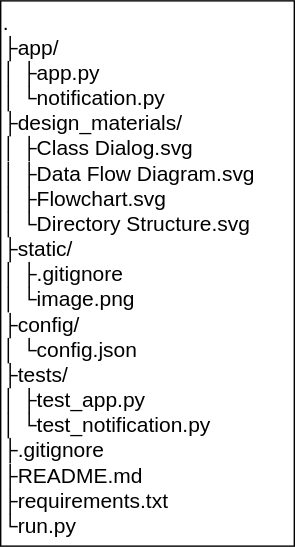
This is design_materials/Directory Structure.drawio.svg from yutah-kojima/image-processing, a draw.io export, as it was before one commit. Source tidied: cells renumbered, new cells last; positions are measured from the earlier drawing's top-left corner, leaving out a move shared by most shapes.
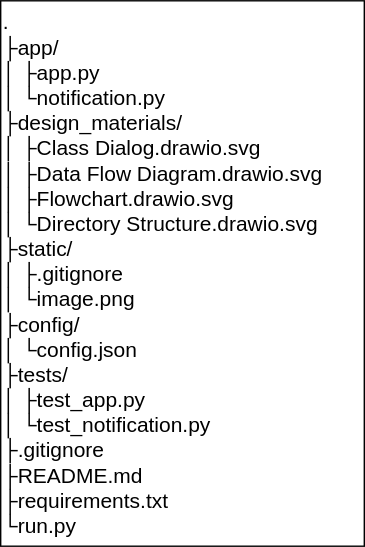
The same diagram one commit later.

Commit message:
Directory Structure.drawio.svg を更新します

What changed in the source:
```diff
@@ -2,8 +2,8 @@
   <root>
     <mxCell id="0" />
     <mxCell id="1" parent="0" />
-    <mxCell id="2" value=".&lt;br style=&quot;font-size: 15px;&quot;&gt;├app/&lt;br style=&quot;font-size: 15px;&quot;&gt;│&lt;span style=&quot;font-size: 15px;&quot;&gt;&#9;&lt;/span&gt;├app.py&lt;br style=&quot;font-size: 15px;&quot;&gt;│&lt;span style=&quot;font-size: 15px;&quot;&gt;&#9;&lt;/span&gt;└notification.py&lt;br style=&quot;font-size: 15px;&quot;&gt;├design_materials/&lt;br style=&quot;font-size: 15px;&quot;&gt;│&lt;span style=&quot;font-size: 15px;&quot;&gt;&#9;&lt;/span&gt;├Class Dialog.svg&lt;br style=&quot;font-size: 15px;&quot;&gt;│&lt;span style=&quot;font-size: 15px;&quot;&gt;&#9;&lt;/span&gt;├Data Flow Diagram.svg&lt;br style=&quot;font-size: 15px;&quot;&gt;│&lt;span style=&quot;font-size: 15px;&quot;&gt;&#9;&lt;/span&gt;├Flowchart.svg&lt;br style=&quot;font-size: 15px;&quot;&gt;│&lt;span style=&quot;font-size: 15px;&quot;&gt;&#9;&lt;/span&gt;└Directory Structure.svg&lt;br style=&quot;font-size: 15px;&quot;&gt;├static/&lt;br style=&quot;font-size: 15px;&quot;&gt;│&lt;span style=&quot;font-size: 15px;&quot;&gt;&#9;&lt;/span&gt;├.gitignore&lt;br style=&quot;font-size: 15px;&quot;&gt;│&lt;span style=&quot;font-size: 15px;&quot;&gt;&#9;&lt;/span&gt;└image.png&lt;br style=&quot;font-size: 15px;&quot;&gt;├config/&lt;br style=&quot;font-size: 15px;&quot;&gt;│&lt;span style=&quot;font-size: 15px;&quot;&gt;&#9;&lt;/span&gt;└config.json&lt;br style=&quot;font-size: 15px;&quot;&gt;├tests/&lt;br style=&quot;font-size: 15px;&quot;&gt;│&lt;span style=&quot;font-size: 15px;&quot;&gt;&#9;&lt;/span&gt;├test_app.py&lt;br style=&quot;font-size: 15px;&quot;&gt;│&lt;span style=&quot;font-size: 15px;&quot;&gt;&#9;&lt;/span&gt;└test_notification.py&lt;br style=&quot;font-size: 15px;&quot;&gt;├.gitignore&lt;br style=&quot;font-size: 15px;&quot;&gt;├README.md&lt;br style=&quot;font-size: 15px;&quot;&gt;├requirements.txt&lt;br style=&quot;font-size: 15px;&quot;&gt;└run.py" style="text;html=1;align=left;verticalAlign=middle;strokeColor=default;fillColor=none;fontSize=15;rounded=0;fontStyle=0;horizontal=1;spacing=2;spacingRight=0;spacingBottom=0;" parent="1" vertex="1">
-      <mxGeometry width="210" height="390" as="geometry" />
+    <mxCell id="2" value=".&lt;br style=&quot;font-size: 15px&quot;&gt;├app/&lt;br style=&quot;font-size: 15px&quot;&gt;│&lt;span style=&quot;font-size: 15px&quot;&gt;&#9;&lt;/span&gt;├app.py&lt;br style=&quot;font-size: 15px&quot;&gt;│&lt;span style=&quot;font-size: 15px&quot;&gt;&#9;&lt;/span&gt;└notification.py&lt;br style=&quot;font-size: 15px&quot;&gt;├design_materials/&lt;br style=&quot;font-size: 15px&quot;&gt;│&lt;span style=&quot;font-size: 15px&quot;&gt;&#9;&lt;/span&gt;├Class Dialog.drawio.svg&lt;br style=&quot;font-size: 15px&quot;&gt;│&lt;span style=&quot;font-size: 15px&quot;&gt;&#9;&lt;/span&gt;├Data Flow Diagram.drawio.svg&lt;br style=&quot;font-size: 15px&quot;&gt;│&lt;span style=&quot;font-size: 15px&quot;&gt;&#9;&lt;/span&gt;├Flowchart.drawio.svg&lt;br style=&quot;font-size: 15px&quot;&gt;│&lt;span style=&quot;font-size: 15px&quot;&gt;&#9;&lt;/span&gt;└Directory Structure.drawio.svg&lt;br style=&quot;font-size: 15px&quot;&gt;├static/&lt;br style=&quot;font-size: 15px&quot;&gt;│&lt;span style=&quot;font-size: 15px&quot;&gt;&#9;&lt;/span&gt;├.gitignore&lt;br style=&quot;font-size: 15px&quot;&gt;│&lt;span style=&quot;font-size: 15px&quot;&gt;&#9;&lt;/span&gt;└image.png&lt;br style=&quot;font-size: 15px&quot;&gt;├config/&lt;br style=&quot;font-size: 15px&quot;&gt;│&lt;span style=&quot;font-size: 15px&quot;&gt;&#9;&lt;/span&gt;└config.json&lt;br style=&quot;font-size: 15px&quot;&gt;├tests/&lt;br style=&quot;font-size: 15px&quot;&gt;│&lt;span style=&quot;font-size: 15px&quot;&gt;&#9;&lt;/span&gt;├test_app.py&lt;br style=&quot;font-size: 15px&quot;&gt;│&lt;span style=&quot;font-size: 15px&quot;&gt;&#9;&lt;/span&gt;└test_notification.py&lt;br style=&quot;font-size: 15px&quot;&gt;├.gitignore&lt;br style=&quot;font-size: 15px&quot;&gt;├README.md&lt;br style=&quot;font-size: 15px&quot;&gt;├requirements.txt&lt;br style=&quot;font-size: 15px&quot;&gt;└run.py" style="text;html=1;align=left;verticalAlign=middle;strokeColor=default;fillColor=none;fontSize=15;rounded=0;fontStyle=0;horizontal=1;spacing=2;spacingRight=0;spacingBottom=0;" parent="1" vertex="1">
+      <mxGeometry width="260" height="390" as="geometry" />
     </mxCell>
   </root>
 </mxGraphModel>
```
